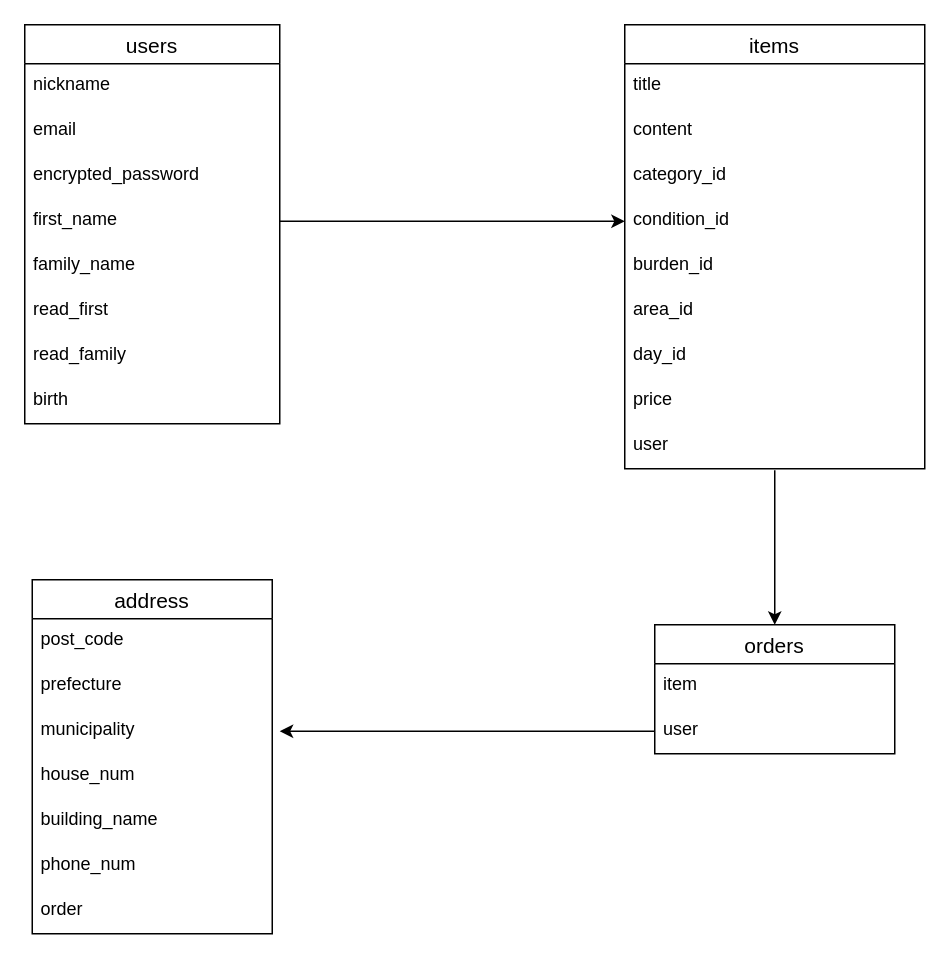
Before: furima.dio in lemon0922/furima-38251, a draw.io diagram. Source tidied: cells renumbered, new cells numbered last; positions are measured from the earlier drawing's top-left corner, leaving out a move shared by most shapes. Both pictures are drawn from the tidied source at 150%, with x=0, y=0 at pixel (24, 24).
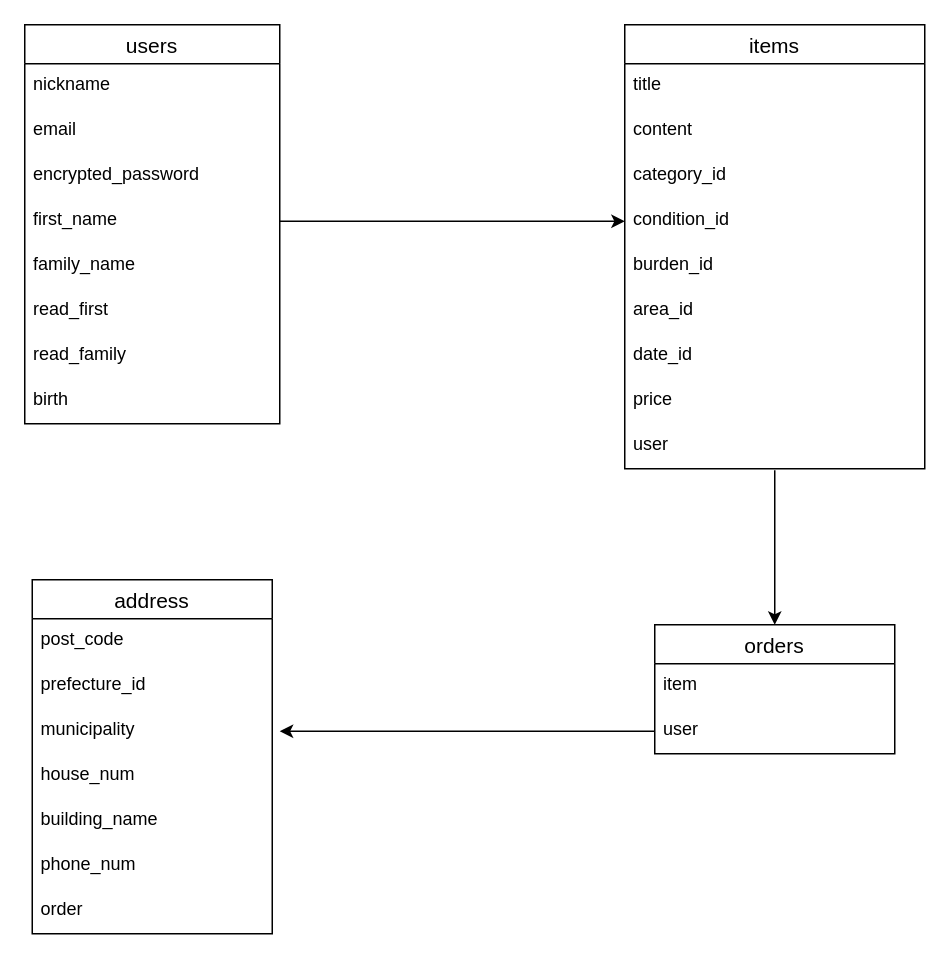
Above is the later version.

Commit message (it also covers changes not shown here):
データベース設計修正3

Unchanged cells that the change refers to:
```xml
<mxCell id="11" value="items" style="swimlane;fontStyle=0;horizontal=1;startSize=26;align=center;fontSize=14;" parent="1" vertex="1">
  <mxGeometry x="400" width="200" height="296" as="geometry" />
</mxCell>
<mxCell id="21" value="address" style="swimlane;fontStyle=0;horizontal=1;startSize=26;align=center;fontSize=14;" parent="1" vertex="1">
  <mxGeometry x="5" y="370" width="160" height="236" as="geometry" />
</mxCell>
```

Diff of the diagram source:
```diff
@@
-    <mxCell id="18" value="day_id&#10;" style="text;strokeColor=none;fillColor=none;spacingLeft=4;spacingRight=4;overflow=hidden;fontSize=12;" parent="11" vertex="1">
+    <mxCell id="18" value="date_id&#10;" style="text;strokeColor=none;fillColor=none;spacingLeft=4;spacingRight=4;overflow=hidden;fontSize=12;" parent="11" vertex="1">
       <mxGeometry y="206" width="200" height="30" as="geometry" />
     </mxCell>
@@
-    <mxCell id="23" value="prefecture" style="text;strokeColor=none;fillColor=none;spacingLeft=4;spacingRight=4;overflow=hidden;fontSize=12;" parent="21" vertex="1">
+    <mxCell id="23" value="prefecture_id" style="text;strokeColor=none;fillColor=none;spacingLeft=4;spacingRight=4;overflow=hidden;fontSize=12;" parent="21" vertex="1">
       <mxGeometry y="56" width="160" height="30" as="geometry" />
     </mxCell>
```
